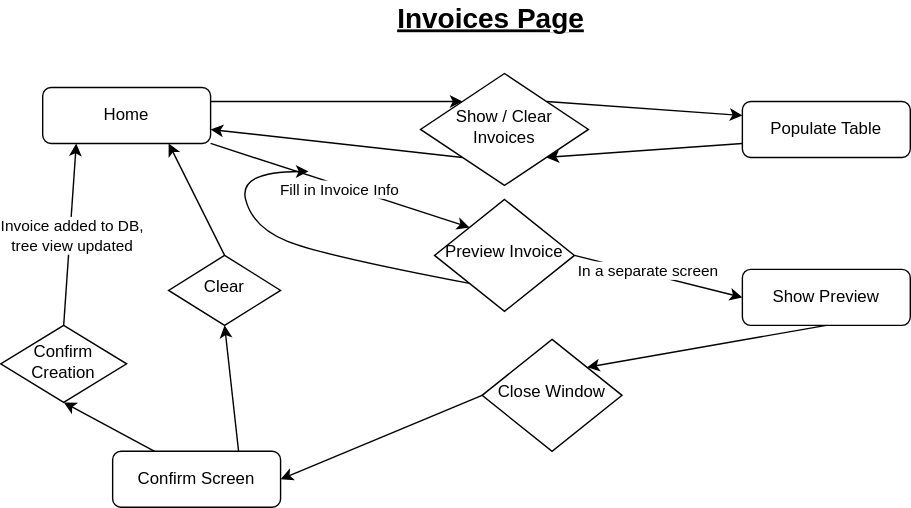
This is Data Flow Diagrams/InvoicesPage.svg from KitchenPizzeria/Client-Apps, a draw.io export, as it was before one commit. Source tidied: cells renumbered, new cells last; positions are measured from the earlier drawing's top-left corner, leaving out a move shared by most shapes.
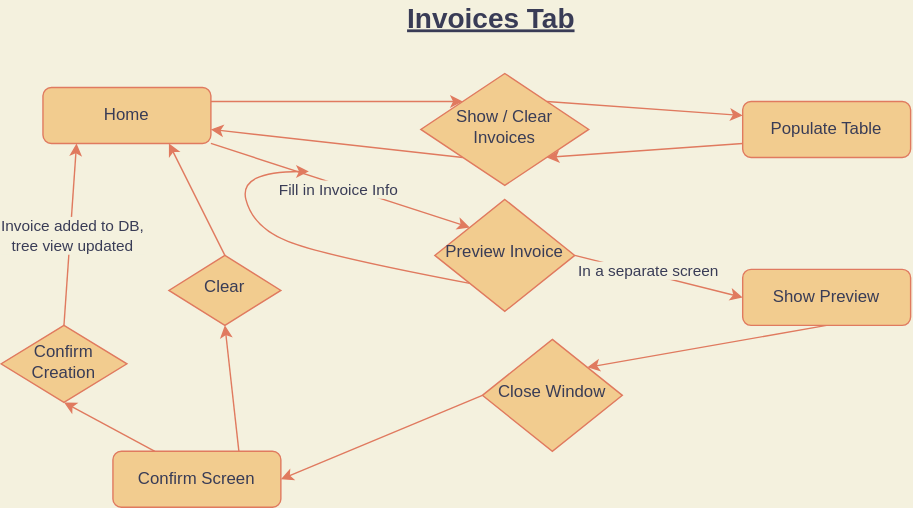
Above is the later version.

Commit message:
Invoices - User Flow Diagram

What changed in the source:
```diff
@@ -1,61 +1,61 @@
-<mxGraphModel>
+<mxGraphModel background="#F4F1DE">
   <root>
     <mxCell id="0" />
     <mxCell id="1" parent="0" />
-    <mxCell id="2" style="rounded=0;jettySize=auto;html=1;exitX=1;exitY=0.25;exitDx=0;exitDy=0;entryX=0;entryY=0;entryDx=0;entryDy=0;" parent="1" edge="1" source="5" target="8">
+    <mxCell id="2" style="rounded=0;jettySize=auto;html=1;exitX=1;exitY=0.25;exitDx=0;exitDy=0;entryX=0;entryY=0;entryDx=0;entryDy=0;labelBackgroundColor=#F4F1DE;strokeColor=#E07A5F;fontColor=#393C56;" parent="1" edge="1" source="5" target="8">
       <mxGeometry relative="1" as="geometry" />
     </mxCell>
-    <mxCell id="3" style="edgeStyle=none;rounded=0;jettySize=auto;html=1;exitX=1;exitY=1;exitDx=0;exitDy=0;entryX=0;entryY=0;entryDx=0;entryDy=0;" parent="1" edge="1" source="5" target="11">
+    <mxCell id="3" style="edgeStyle=none;rounded=0;jettySize=auto;html=1;exitX=1;exitY=1;exitDx=0;exitDy=0;entryX=0;entryY=0;entryDx=0;entryDy=0;labelBackgroundColor=#F4F1DE;strokeColor=#E07A5F;fontColor=#393C56;" parent="1" edge="1" source="5" target="11">
       <mxGeometry relative="1" as="geometry" />
     </mxCell>
-    <mxCell id="4" value="Fill in Invoice Info" style="edgeLabel;html=1;align=center;verticalAlign=middle;" parent="3" vertex="1">
+    <mxCell id="4" value="Fill in Invoice Info" style="edgeLabel;html=1;align=center;verticalAlign=middle;labelBackgroundColor=#F4F1DE;fontColor=#393C56;" parent="3" vertex="1">
       <mxGeometry y="-3" relative="1" as="geometry" />
     </mxCell>
-    <mxCell id="5" value="Home" style="rounded=1;whiteSpace=wrap;html=1;fontSize=12;glass=0;strokeWidth=1;shadow=0;" parent="1" vertex="1">
+    <mxCell id="5" value="Home" style="rounded=1;whiteSpace=wrap;html=1;fontSize=12;glass=0;strokeWidth=1;shadow=0;fillColor=#F2CC8F;strokeColor=#E07A5F;fontColor=#393C56;" parent="1" vertex="1">
       <mxGeometry x="30" y="60" width="120" height="40" as="geometry" />
     </mxCell>
-    <mxCell id="6" style="edgeStyle=none;rounded=0;jettySize=auto;html=1;exitX=0;exitY=1;exitDx=0;exitDy=0;entryX=1;entryY=0.75;entryDx=0;entryDy=0;" parent="1" edge="1" source="8" target="5">
+    <mxCell id="6" style="edgeStyle=none;rounded=0;jettySize=auto;html=1;exitX=0;exitY=1;exitDx=0;exitDy=0;entryX=1;entryY=0.75;entryDx=0;entryDy=0;labelBackgroundColor=#F4F1DE;strokeColor=#E07A5F;fontColor=#393C56;" parent="1" edge="1" source="8" target="5">
       <mxGeometry relative="1" as="geometry" />
     </mxCell>
-    <mxCell id="7" style="edgeStyle=none;rounded=0;jettySize=auto;html=1;exitX=1;exitY=0;exitDx=0;exitDy=0;entryX=0;entryY=0.25;entryDx=0;entryDy=0;" parent="1" edge="1" source="8" target="13">
+    <mxCell id="7" style="edgeStyle=none;rounded=0;jettySize=auto;html=1;exitX=1;exitY=0;exitDx=0;exitDy=0;entryX=0;entryY=0.25;entryDx=0;entryDy=0;labelBackgroundColor=#F4F1DE;strokeColor=#E07A5F;fontColor=#393C56;" parent="1" edge="1" source="8" target="13">
       <mxGeometry relative="1" as="geometry" />
     </mxCell>
-    <mxCell id="8" value="Show / Clear Invoices" style="rhombus;whiteSpace=wrap;html=1;shadow=0;fontFamily=Helvetica;fontSize=12;align=center;strokeWidth=1;spacing=6;spacingTop=-4;" parent="1" vertex="1">
+    <mxCell id="8" value="Show / Clear Invoices" style="rhombus;whiteSpace=wrap;html=1;shadow=0;fontFamily=Helvetica;fontSize=12;align=center;strokeWidth=1;spacing=6;spacingTop=-4;fillColor=#F2CC8F;strokeColor=#E07A5F;fontColor=#393C56;" parent="1" vertex="1">
       <mxGeometry x="300" y="50" width="120" height="80" as="geometry" />
     </mxCell>
-    <mxCell id="9" style="edgeStyle=none;rounded=0;jettySize=auto;html=1;exitX=1;exitY=0.5;exitDx=0;exitDy=0;entryX=0;entryY=0.5;entryDx=0;entryDy=0;" parent="1" edge="1" source="11" target="16">
+    <mxCell id="9" style="edgeStyle=none;rounded=0;jettySize=auto;html=1;exitX=1;exitY=0.5;exitDx=0;exitDy=0;entryX=0;entryY=0.5;entryDx=0;entryDy=0;labelBackgroundColor=#F4F1DE;strokeColor=#E07A5F;fontColor=#393C56;" parent="1" edge="1" source="11" target="16">
       <mxGeometry relative="1" as="geometry" />
     </mxCell>
-    <mxCell id="10" value="&amp;nbsp;In a separate screen" style="edgeLabel;html=1;align=center;verticalAlign=middle;" parent="9" vertex="1">
+    <mxCell id="10" value="&amp;nbsp;In a separate screen" style="edgeLabel;html=1;align=center;verticalAlign=middle;labelBackgroundColor=#F4F1DE;fontColor=#393C56;" parent="9" vertex="1">
       <mxGeometry x="-0.16" y="1" relative="1" as="geometry">
         <mxPoint y="-1" as="offset" />
       </mxGeometry>
     </mxCell>
-    <mxCell id="11" value="Preview Invoice" style="rhombus;whiteSpace=wrap;html=1;shadow=0;fontFamily=Helvetica;fontSize=12;align=center;strokeWidth=1;spacing=6;spacingTop=-4;" parent="1" vertex="1">
+    <mxCell id="11" value="Preview Invoice" style="rhombus;whiteSpace=wrap;html=1;shadow=0;fontFamily=Helvetica;fontSize=12;align=center;strokeWidth=1;spacing=6;spacingTop=-4;fillColor=#F2CC8F;strokeColor=#E07A5F;fontColor=#393C56;" parent="1" vertex="1">
       <mxGeometry x="310" y="140" width="100" height="80" as="geometry" />
     </mxCell>
-    <mxCell id="12" style="edgeStyle=none;rounded=0;jettySize=auto;html=1;exitX=0;exitY=0.75;exitDx=0;exitDy=0;entryX=1;entryY=1;entryDx=0;entryDy=0;" parent="1" edge="1" source="13" target="8">
+    <mxCell id="12" style="edgeStyle=none;rounded=0;jettySize=auto;html=1;exitX=0;exitY=0.75;exitDx=0;exitDy=0;entryX=1;entryY=1;entryDx=0;entryDy=0;labelBackgroundColor=#F4F1DE;strokeColor=#E07A5F;fontColor=#393C56;" parent="1" edge="1" source="13" target="8">
       <mxGeometry relative="1" as="geometry" />
     </mxCell>
-    <mxCell id="13" value="Populate Table" style="rounded=1;whiteSpace=wrap;html=1;fontSize=12;glass=0;strokeWidth=1;shadow=0;" parent="1" vertex="1">
+    <mxCell id="13" value="Populate Table" style="rounded=1;whiteSpace=wrap;html=1;fontSize=12;glass=0;strokeWidth=1;shadow=0;fillColor=#F2CC8F;strokeColor=#E07A5F;fontColor=#393C56;" parent="1" vertex="1">
       <mxGeometry x="530" y="70" width="120" height="40" as="geometry" />
     </mxCell>
-    <mxCell id="14" style="edgeStyle=none;rounded=0;orthogonalLoop=1;jettySize=auto;html=1;exitX=1;exitY=1;exitDx=0;exitDy=0;" parent="1" edge="1" source="11" target="11">
+    <mxCell id="14" style="edgeStyle=none;rounded=0;orthogonalLoop=1;jettySize=auto;html=1;exitX=1;exitY=1;exitDx=0;exitDy=0;labelBackgroundColor=#F4F1DE;strokeColor=#E07A5F;fontColor=#393C56;" parent="1" edge="1" source="11" target="11">
       <mxGeometry relative="1" as="geometry" />
     </mxCell>
-    <mxCell id="15" style="edgeStyle=none;rounded=0;jettySize=auto;html=1;exitX=0.5;exitY=1;exitDx=0;exitDy=0;entryX=1;entryY=0;entryDx=0;entryDy=0;" parent="1" edge="1" source="16" target="18">
+    <mxCell id="15" style="edgeStyle=none;rounded=0;jettySize=auto;html=1;exitX=0.5;exitY=1;exitDx=0;exitDy=0;entryX=1;entryY=0;entryDx=0;entryDy=0;labelBackgroundColor=#F4F1DE;strokeColor=#E07A5F;fontColor=#393C56;" parent="1" edge="1" source="16" target="18">
       <mxGeometry relative="1" as="geometry" />
     </mxCell>
-    <mxCell id="16" value="Show Preview" style="rounded=1;whiteSpace=wrap;html=1;fontSize=12;glass=0;strokeWidth=1;shadow=0;" parent="1" vertex="1">
+    <mxCell id="16" value="Show Preview" style="rounded=1;whiteSpace=wrap;html=1;fontSize=12;glass=0;strokeWidth=1;shadow=0;fillColor=#F2CC8F;strokeColor=#E07A5F;fontColor=#393C56;" parent="1" vertex="1">
       <mxGeometry x="530" y="190" width="120" height="40" as="geometry" />
     </mxCell>
-    <mxCell id="17" style="edgeStyle=none;rounded=0;jettySize=auto;html=1;exitX=0;exitY=0.5;exitDx=0;exitDy=0;entryX=1;entryY=0.5;entryDx=0;entryDy=0;" parent="1" edge="1" source="18" target="22">
+    <mxCell id="17" style="edgeStyle=none;rounded=0;jettySize=auto;html=1;exitX=0;exitY=0.5;exitDx=0;exitDy=0;entryX=1;entryY=0.5;entryDx=0;entryDy=0;labelBackgroundColor=#F4F1DE;strokeColor=#E07A5F;fontColor=#393C56;" parent="1" edge="1" source="18" target="22">
       <mxGeometry relative="1" as="geometry" />
     </mxCell>
-    <mxCell id="18" value="Close Window" style="rhombus;whiteSpace=wrap;html=1;shadow=0;fontFamily=Helvetica;fontSize=12;align=center;strokeWidth=1;spacing=6;spacingTop=-4;" parent="1" vertex="1">
+    <mxCell id="18" value="Close Window" style="rhombus;whiteSpace=wrap;html=1;shadow=0;fontFamily=Helvetica;fontSize=12;align=center;strokeWidth=1;spacing=6;spacingTop=-4;fillColor=#F2CC8F;strokeColor=#E07A5F;fontColor=#393C56;" parent="1" vertex="1">
       <mxGeometry x="344" y="240" width="100" height="80" as="geometry" />
     </mxCell>
-    <mxCell id="19" style="curved=1;endArrow=classic;html=1;exitX=0;exitY=1;exitDx=0;exitDy=0;" parent="1" edge="1" source="11">
+    <mxCell id="19" style="curved=1;endArrow=classic;html=1;exitX=0;exitY=1;exitDx=0;exitDy=0;labelBackgroundColor=#F4F1DE;strokeColor=#E07A5F;fontColor=#393C56;" parent="1" edge="1" source="11">
       <mxGeometry relative="1" as="geometry">
         <mxPoint x="220" y="120" as="targetPoint" />
         <Array as="points">
@@ -65,37 +65,37 @@
         </Array>
       </mxGeometry>
     </mxCell>
-    <mxCell id="20" style="edgeStyle=none;rounded=0;jettySize=auto;html=1;exitX=0.25;exitY=0;exitDx=0;exitDy=0;entryX=0.5;entryY=1;entryDx=0;entryDy=0;" parent="1" edge="1" source="22" target="27">
+    <mxCell id="20" style="edgeStyle=none;rounded=0;jettySize=auto;html=1;exitX=0.25;exitY=0;exitDx=0;exitDy=0;entryX=0.5;entryY=1;entryDx=0;entryDy=0;labelBackgroundColor=#F4F1DE;strokeColor=#E07A5F;fontColor=#393C56;" parent="1" edge="1" source="22" target="27">
       <mxGeometry relative="1" as="geometry" />
     </mxCell>
-    <mxCell id="21" style="edgeStyle=none;rounded=0;jettySize=auto;html=1;exitX=0.75;exitY=0;exitDx=0;exitDy=0;entryX=0.5;entryY=1;entryDx=0;entryDy=0;" parent="1" edge="1" source="22" target="24">
+    <mxCell id="21" style="edgeStyle=none;rounded=0;jettySize=auto;html=1;exitX=0.75;exitY=0;exitDx=0;exitDy=0;entryX=0.5;entryY=1;entryDx=0;entryDy=0;labelBackgroundColor=#F4F1DE;strokeColor=#E07A5F;fontColor=#393C56;" parent="1" edge="1" source="22" target="24">
       <mxGeometry relative="1" as="geometry" />
     </mxCell>
-    <mxCell id="22" value="Confirm Screen" style="rounded=1;whiteSpace=wrap;html=1;fontSize=12;glass=0;strokeWidth=1;shadow=0;" parent="1" vertex="1">
+    <mxCell id="22" value="Confirm Screen" style="rounded=1;whiteSpace=wrap;html=1;fontSize=12;glass=0;strokeWidth=1;shadow=0;fillColor=#F2CC8F;strokeColor=#E07A5F;fontColor=#393C56;" parent="1" vertex="1">
       <mxGeometry x="80" y="320" width="120" height="40" as="geometry" />
     </mxCell>
-    <mxCell id="23" style="edgeStyle=none;rounded=0;jettySize=auto;html=1;exitX=0.5;exitY=0;exitDx=0;exitDy=0;entryX=0.75;entryY=1;entryDx=0;entryDy=0;" parent="1" edge="1" source="24" target="5">
+    <mxCell id="23" style="edgeStyle=none;rounded=0;jettySize=auto;html=1;exitX=0.5;exitY=0;exitDx=0;exitDy=0;entryX=0.75;entryY=1;entryDx=0;entryDy=0;labelBackgroundColor=#F4F1DE;strokeColor=#E07A5F;fontColor=#393C56;" parent="1" edge="1" source="24" target="5">
       <mxGeometry relative="1" as="geometry" />
     </mxCell>
-    <mxCell id="24" value="Clear" style="rhombus;whiteSpace=wrap;html=1;shadow=0;fontFamily=Helvetica;fontSize=12;align=center;strokeWidth=1;spacing=6;spacingTop=-4;" parent="1" vertex="1">
+    <mxCell id="24" value="Clear" style="rhombus;whiteSpace=wrap;html=1;shadow=0;fontFamily=Helvetica;fontSize=12;align=center;strokeWidth=1;spacing=6;spacingTop=-4;fillColor=#F2CC8F;strokeColor=#E07A5F;fontColor=#393C56;" parent="1" vertex="1">
       <mxGeometry x="120" y="180" width="80" height="50" as="geometry" />
     </mxCell>
-    <mxCell id="25" style="edgeStyle=none;rounded=0;jettySize=auto;html=1;exitX=0.5;exitY=0;exitDx=0;exitDy=0;entryX=0.2;entryY=1;entryDx=0;entryDy=0;entryPerimeter=0;" parent="1" edge="1" source="27" target="5">
+    <mxCell id="25" style="edgeStyle=none;rounded=0;jettySize=auto;html=1;exitX=0.5;exitY=0;exitDx=0;exitDy=0;entryX=0.2;entryY=1;entryDx=0;entryDy=0;entryPerimeter=0;labelBackgroundColor=#F4F1DE;strokeColor=#E07A5F;fontColor=#393C56;" parent="1" edge="1" source="27" target="5">
       <mxGeometry relative="1" as="geometry" />
     </mxCell>
-    <mxCell id="26" value="Invoice added to DB,&lt;br&gt;tree view updated" style="edgeLabel;html=1;align=center;verticalAlign=middle;" parent="25" vertex="1">
+    <mxCell id="26" value="Invoice added to DB,&lt;br&gt;tree view updated" style="edgeLabel;html=1;align=center;verticalAlign=middle;labelBackgroundColor=#F4F1DE;fontColor=#393C56;" parent="25" vertex="1">
       <mxGeometry relative="1" as="geometry">
         <mxPoint x="1" as="offset" />
       </mxGeometry>
     </mxCell>
-    <mxCell id="27" value="Confirm Creation" style="rhombus;whiteSpace=wrap;html=1;shadow=0;fontFamily=Helvetica;fontSize=12;align=center;strokeWidth=1;spacing=6;spacingTop=-4;" parent="1" vertex="1">
+    <mxCell id="27" value="Confirm Creation" style="rhombus;whiteSpace=wrap;html=1;shadow=0;fontFamily=Helvetica;fontSize=12;align=center;strokeWidth=1;spacing=6;spacingTop=-4;fillColor=#F2CC8F;strokeColor=#E07A5F;fontColor=#393C56;" parent="1" vertex="1">
       <mxGeometry y="230" width="90" height="55" as="geometry" />
     </mxCell>
-    <mxCell id="28" style="edgeStyle=none;rounded=0;orthogonalLoop=1;jettySize=auto;html=1;exitX=1;exitY=1;exitDx=0;exitDy=0;" parent="1" edge="1" source="27" target="27">
+    <mxCell id="28" style="edgeStyle=none;rounded=0;orthogonalLoop=1;jettySize=auto;html=1;exitX=1;exitY=1;exitDx=0;exitDy=0;labelBackgroundColor=#F4F1DE;strokeColor=#E07A5F;fontColor=#393C56;" parent="1" edge="1" source="27" target="27">
       <mxGeometry relative="1" as="geometry" />
     </mxCell>
-    <mxCell id="29" value="&lt;font style=&quot;font-size: 20px&quot;&gt;&lt;b&gt;&lt;u&gt;Invoices Page&lt;/u&gt;&lt;/b&gt;&lt;/font&gt;" style="text;html=1;align=center;verticalAlign=middle;strokeColor=none;fillColor=none;" parent="1" vertex="1">
-      <mxGeometry x="275" width="150" height="20" as="geometry" />
+    <mxCell id="29" value="&lt;font style=&quot;font-size: 20px&quot;&gt;&lt;b&gt;&lt;u&gt;Invoices Tab&lt;/u&gt;&lt;/b&gt;&lt;/font&gt;" style="text;html=1;align=center;verticalAlign=middle;strokeColor=none;fillColor=none;fontColor=#393C56;" parent="1" vertex="1">
+      <mxGeometry x="285" width="130" height="20" as="geometry" />
     </mxCell>
   </root>
 </mxGraphModel>
```
